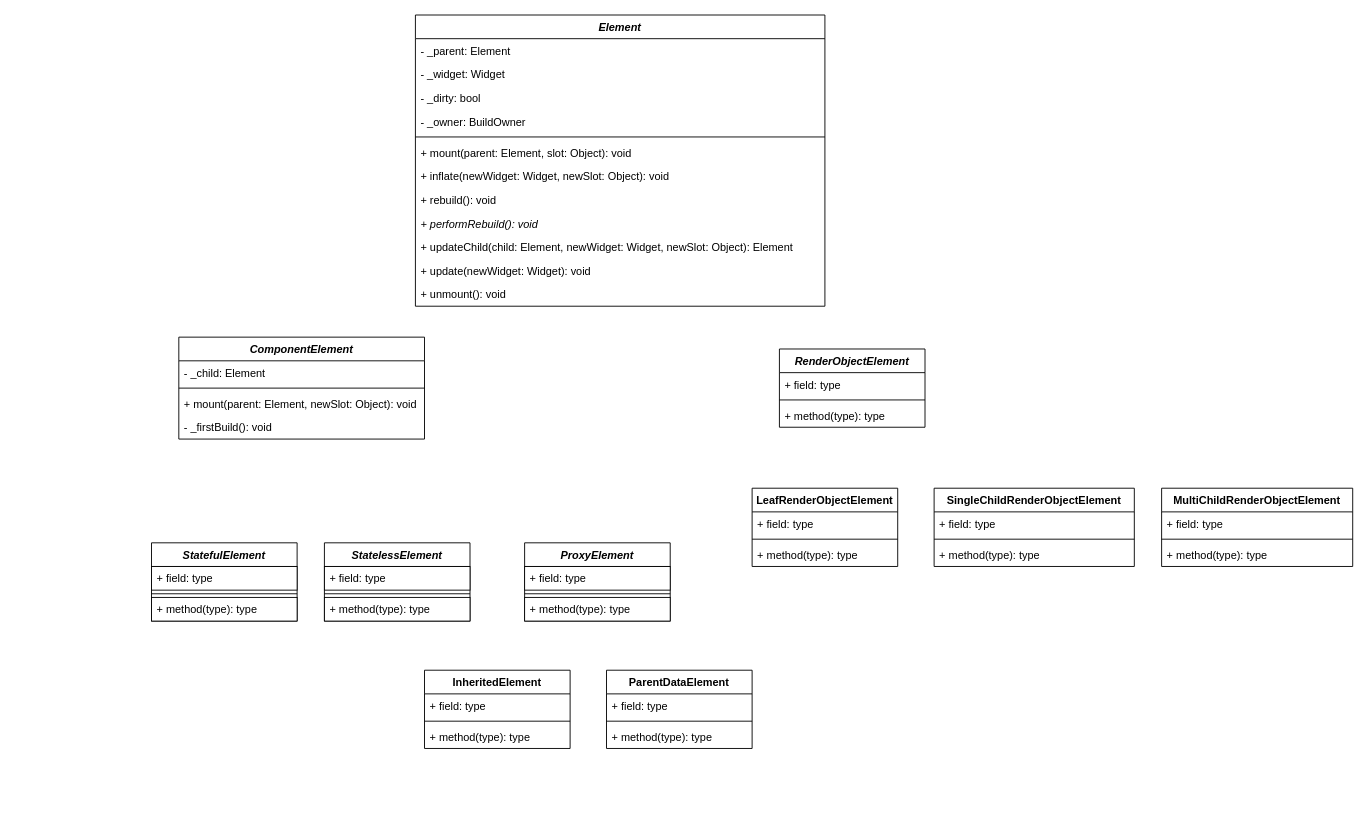
This is flutter/element.drawio from rockstore/diagram, a draw.io file, before an edit. Source tidied: cells renumbered, new cells numbered last; positions are measured from the earlier drawing's top-left corner, leaving out a move shared by most shapes. Both pictures are drawn from the tidied source at 91%, with x=0, y=0 at pixel (151, 15).
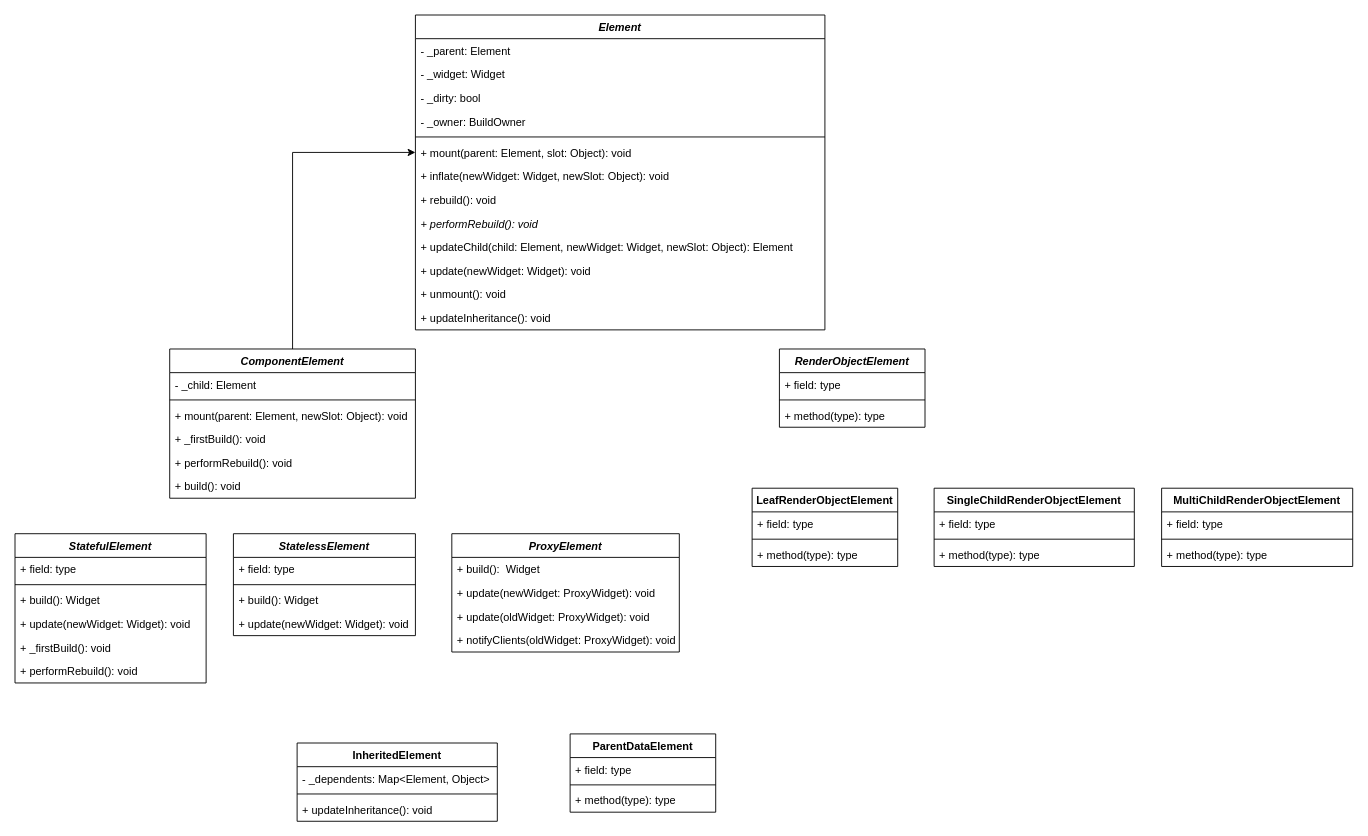
The same page after the edit.

The change refers to these unchanged cells:
```xml
<mxCell id="25" value="+ mount(parent: Element, slot: Object): void" style="text;strokeColor=none;fillColor=none;align=left;verticalAlign=top;spacingLeft=4;spacingRight=4;overflow=hidden;points=[[0,0.5],[1,0.5]];portConstraint=eastwest;shadow=0;fontColor=default;startSize=26;" parent="19" vertex="1">
  <mxGeometry y="138" width="450" height="26" as="geometry" />
</mxCell>
```

What changed in the source:
```diff
@@
+    <mxCell id="56" style="edgeStyle=orthogonalEdgeStyle;rounded=0;jettySize=auto;html=1;exitX=0.5;exitY=0;exitDx=0;exitDy=0;entryX=0;entryY=0.5;entryDx=0;entryDy=0;fontColor=default;" parent="1" edge="1" source="2" target="25">
+      <mxGeometry relative="1" as="geometry" />
+    </mxCell>
     <mxCell id="2" value="ComponentElement" style="swimlane;fontStyle=3;align=center;verticalAlign=top;horizontal=1;startSize=26;fontColor=default;strokeColor=default;fillColor=default;" parent="1" vertex="1">
-      <mxGeometry x="30" y="354" width="270" height="112" as="geometry" />
+      <mxGeometry x="20" y="367" width="270" height="164" as="geometry" />
     </mxCell>
@@
-    <mxCell id="6" value="- _firstBuild(): void" style="text;strokeColor=none;fillColor=none;align=left;verticalAlign=top;spacingLeft=4;spacingRight=4;overflow=hidden;fontColor=default;" parent="2" vertex="1">
+    <mxCell id="6" value="+ _firstBuild(): void" style="text;strokeColor=none;fillColor=none;align=left;verticalAlign=top;spacingLeft=4;spacingRight=4;overflow=hidden;fontColor=default;" parent="2" vertex="1">
       <mxGeometry y="86" width="270" height="26" as="geometry" />
     </mxCell>
+    <mxCell id="57" value="+ performRebuild(): void" style="text;strokeColor=none;fillColor=none;align=left;verticalAlign=top;spacingLeft=4;spacingRight=4;overflow=hidden;fontColor=default;" parent="2" vertex="1">
+      <mxGeometry y="112" width="270" height="26" as="geometry" />
+    </mxCell>
+    <mxCell id="58" value="+ build(): void" style="text;strokeColor=none;fillColor=none;align=left;verticalAlign=top;spacingLeft=4;spacingRight=4;overflow=hidden;fontColor=default;" parent="2" vertex="1">
+      <mxGeometry y="138" width="270" height="26" as="geometry" />
+    </mxCell>
@@
-    <mxCell id="11" value="StatefulElement" style="swimlane;fontStyle=3;align=center;verticalAlign=top;horizontal=1;startSize=26;fontColor=default;strokeColor=default;fillColor=default;" parent="1" vertex="1">
-      <mxGeometry y="580" width="160" height="86" as="geometry" />
-    </mxCell>
-    <mxCell id="12" value="+ field: type" style="text;strokeColor=default;fillColor=default;align=left;verticalAlign=top;spacingLeft=4;spacingRight=4;overflow=hidden;fontColor=default;" parent="11" vertex="1">
-      <mxGeometry y="26" width="160" height="26" as="geometry" />
-    </mxCell>
-    <mxCell id="13" style="line;strokeWidth=1;fillColor=default;align=left;verticalAlign=middle;spacingTop=-1;spacingLeft=3;spacingRight=3;labelPosition=right;fontColor=default;strokeColor=default;" parent="11" vertex="1">
-      <mxGeometry y="52" width="160" height="8" as="geometry" />
-    </mxCell>
-    <mxCell id="14" value="+ method(type): type" style="text;strokeColor=default;fillColor=default;align=left;verticalAlign=top;spacingLeft=4;spacingRight=4;overflow=hidden;fontColor=default;" parent="11" vertex="1">
-      <mxGeometry y="60" width="160" height="26" as="geometry" />
-    </mxCell>
-    <mxCell id="15" value="StatelessElement" style="swimlane;fontStyle=3;align=center;verticalAlign=top;horizontal=1;startSize=26;fontColor=default;strokeColor=default;fillColor=default;" parent="1" vertex="1">
-      <mxGeometry x="190" y="580" width="160" height="86" as="geometry" />
-    </mxCell>
-    <mxCell id="16" value="+ field: type" style="text;strokeColor=default;fillColor=default;align=left;verticalAlign=top;spacingLeft=4;spacingRight=4;overflow=hidden;fontColor=default;" parent="15" vertex="1">
-      <mxGeometry y="26" width="160" height="26" as="geometry" />
-    </mxCell>
-    <mxCell id="17" style="line;strokeWidth=1;fillColor=default;align=left;verticalAlign=middle;spacingTop=-1;spacingLeft=3;spacingRight=3;labelPosition=right;fontColor=default;strokeColor=default;" parent="15" vertex="1">
-      <mxGeometry y="52" width="160" height="8" as="geometry" />
-    </mxCell>
-    <mxCell id="18" value="+ method(type): type" style="text;strokeColor=default;fillColor=default;align=left;verticalAlign=top;spacingLeft=4;spacingRight=4;overflow=hidden;fontColor=default;" parent="15" vertex="1">
-      <mxGeometry y="60" width="160" height="26" as="geometry" />
-    </mxCell>
     <mxCell id="19" value="Element" style="swimlane;fontStyle=3;align=center;verticalAlign=top;horizontal=1;startSize=26;shadow=0;fontColor=default;strokeColor=default;fillColor=default;" parent="1" vertex="1">
-      <mxGeometry x="290" width="450" height="320" as="geometry" />
+      <mxGeometry x="290" width="450" height="346" as="geometry" />
     </mxCell>
@@
-    <mxCell id="32" value="ProxyElement" style="swimlane;fontStyle=3;align=center;verticalAlign=top;horizontal=1;startSize=26;fontColor=default;strokeColor=default;fillColor=default;" parent="1" vertex="1">
-      <mxGeometry x="410" y="580" width="160" height="86" as="geometry" />
-    </mxCell>
-    <mxCell id="33" value="+ field: type" style="text;strokeColor=default;fillColor=default;align=left;verticalAlign=top;spacingLeft=4;spacingRight=4;overflow=hidden;fontColor=default;" parent="32" vertex="1">
-      <mxGeometry y="26" width="160" height="26" as="geometry" />
-    </mxCell>
-    <mxCell id="34" style="line;strokeWidth=1;fillColor=default;align=left;verticalAlign=middle;spacingTop=-1;spacingLeft=3;spacingRight=3;labelPosition=right;fontColor=default;strokeColor=default;" parent="32" vertex="1">
-      <mxGeometry y="52" width="160" height="8" as="geometry" />
-    </mxCell>
-    <mxCell id="35" value="+ method(type): type" style="text;strokeColor=default;fillColor=default;align=left;verticalAlign=top;spacingLeft=4;spacingRight=4;overflow=hidden;fontColor=default;" parent="32" vertex="1">
-      <mxGeometry y="60" width="160" height="26" as="geometry" />
-    </mxCell>
+    <mxCell id="59" value="+ updateInheritance(): void" style="text;strokeColor=none;fillColor=none;align=left;verticalAlign=top;spacingLeft=4;spacingRight=4;overflow=hidden;shadow=0;fontColor=default;startSize=26;" parent="19" vertex="1">
+      <mxGeometry y="320" width="450" height="26" as="geometry" />
+    </mxCell>
     <mxCell id="36" value="InheritedElement" style="swimlane;fontStyle=1;align=center;verticalAlign=top;horizontal=1;startSize=26;shadow=0;fontColor=default;strokeColor=default;fillColor=default;" parent="1" vertex="1">
-      <mxGeometry x="300" y="720" width="160" height="86" as="geometry" />
+      <mxGeometry x="160" y="800" width="220" height="86" as="geometry" />
     </mxCell>
-    <mxCell id="37" value="+ field: type" style="text;strokeColor=none;fillColor=none;align=left;verticalAlign=top;spacingLeft=4;spacingRight=4;overflow=hidden;shadow=0;fontColor=default;startSize=26;" parent="36" vertex="1">
-      <mxGeometry y="26" width="160" height="26" as="geometry" />
+    <mxCell id="37" value="- _dependents: Map&lt;Element, Object&gt;" style="text;strokeColor=none;fillColor=none;align=left;verticalAlign=top;spacingLeft=4;spacingRight=4;overflow=hidden;shadow=0;fontColor=default;startSize=26;" parent="36" vertex="1">
+      <mxGeometry y="26" width="220" height="26" as="geometry" />
     </mxCell>
     <mxCell id="38" style="line;strokeWidth=1;fillColor=none;align=left;verticalAlign=middle;spacingTop=-1;spacingLeft=3;spacingRight=3;labelPosition=right;shadow=0;fontColor=default;startSize=26;" parent="36" vertex="1">
-      <mxGeometry y="52" width="160" height="8" as="geometry" />
+      <mxGeometry y="52" width="220" height="8" as="geometry" />
     </mxCell>
-    <mxCell id="39" value="+ method(type): type" style="text;strokeColor=none;fillColor=none;align=left;verticalAlign=top;spacingLeft=4;spacingRight=4;overflow=hidden;shadow=0;fontColor=default;startSize=26;" parent="36" vertex="1">
-      <mxGeometry y="60" width="160" height="26" as="geometry" />
+    <mxCell id="39" value="+ updateInheritance(): void" style="text;strokeColor=none;fillColor=none;align=left;verticalAlign=top;spacingLeft=4;spacingRight=4;overflow=hidden;shadow=0;fontColor=default;startSize=26;" parent="36" vertex="1">
+      <mxGeometry y="60" width="220" height="26" as="geometry" />
     </mxCell>
     <mxCell id="40" value="ParentDataElement" style="swimlane;fontStyle=1;align=center;verticalAlign=top;horizontal=1;startSize=26;shadow=0;fontColor=default;strokeColor=default;fillColor=default;" parent="1" vertex="1">
-      <mxGeometry x="500" y="720" width="160" height="86" as="geometry" />
+      <mxGeometry x="460" y="790" width="160" height="86" as="geometry" />
     </mxCell>
@@
+    <mxCell id="11" value="StatefulElement" style="swimlane;fontStyle=3;align=center;verticalAlign=top;horizontal=1;startSize=26;fontColor=default;strokeColor=default;fillColor=default;" parent="1" vertex="1">
+      <mxGeometry x="-150" y="570" width="210" height="164" as="geometry" />
+    </mxCell>
+    <mxCell id="60" value="+ field: type" style="text;strokeColor=none;fillColor=none;align=left;verticalAlign=top;spacingLeft=4;spacingRight=4;overflow=hidden;fontColor=default;" parent="11" vertex="1">
+      <mxGeometry y="26" width="210" height="26" as="geometry" />
+    </mxCell>
+    <mxCell id="61" style="line;strokeWidth=1;fillColor=none;align=left;verticalAlign=middle;spacingTop=-1;spacingLeft=3;spacingRight=3;labelPosition=right;fontColor=default;" parent="11" vertex="1">
+      <mxGeometry y="52" width="210" height="8" as="geometry" />
+    </mxCell>
+    <mxCell id="62" value="+ build(): Widget" style="text;strokeColor=none;fillColor=none;align=left;verticalAlign=top;spacingLeft=4;spacingRight=4;overflow=hidden;fontColor=default;" parent="11" vertex="1">
+      <mxGeometry y="60" width="210" height="26" as="geometry" />
+    </mxCell>
+    <mxCell id="63" value="+ update(newWidget: Widget): void" style="text;strokeColor=none;fillColor=none;align=left;verticalAlign=top;spacingLeft=4;spacingRight=4;overflow=hidden;fontColor=default;" parent="11" vertex="1">
+      <mxGeometry y="86" width="210" height="26" as="geometry" />
+    </mxCell>
+    <mxCell id="64" value="+ _firstBuild(): void" style="text;strokeColor=none;fillColor=none;align=left;verticalAlign=top;spacingLeft=4;spacingRight=4;overflow=hidden;fontColor=default;" parent="11" vertex="1">
+      <mxGeometry y="112" width="210" height="26" as="geometry" />
+    </mxCell>
+    <mxCell id="65" value="+ performRebuild(): void" style="text;strokeColor=none;fillColor=none;align=left;verticalAlign=top;spacingLeft=4;spacingRight=4;overflow=hidden;fontColor=default;" parent="11" vertex="1">
+      <mxGeometry y="138" width="210" height="26" as="geometry" />
+    </mxCell>
+    <mxCell id="15" value="StatelessElement" style="swimlane;fontStyle=3;align=center;verticalAlign=top;horizontal=1;startSize=26;fontColor=default;strokeColor=default;fillColor=default;" parent="1" vertex="1">
+      <mxGeometry x="90" y="570" width="200" height="112" as="geometry" />
+    </mxCell>
+    <mxCell id="66" value="+ field: type" style="text;strokeColor=none;fillColor=none;align=left;verticalAlign=top;spacingLeft=4;spacingRight=4;overflow=hidden;fontColor=default;" parent="15" vertex="1">
+      <mxGeometry y="26" width="200" height="26" as="geometry" />
+    </mxCell>
+    <mxCell id="67" style="line;strokeWidth=1;fillColor=none;align=left;verticalAlign=middle;spacingTop=-1;spacingLeft=3;spacingRight=3;labelPosition=right;fontColor=default;" parent="15" vertex="1">
+      <mxGeometry y="52" width="200" height="8" as="geometry" />
+    </mxCell>
+    <mxCell id="68" value="+ build(): Widget" style="text;strokeColor=none;fillColor=none;align=left;verticalAlign=top;spacingLeft=4;spacingRight=4;overflow=hidden;fontColor=default;" parent="15" vertex="1">
+      <mxGeometry y="60" width="200" height="26" as="geometry" />
+    </mxCell>
+    <mxCell id="69" value="+ update(newWidget: Widget): void" style="text;strokeColor=none;fillColor=none;align=left;verticalAlign=top;spacingLeft=4;spacingRight=4;overflow=hidden;fontColor=default;" parent="15" vertex="1">
+      <mxGeometry y="86" width="200" height="26" as="geometry" />
+    </mxCell>
+    <mxCell id="32" value="ProxyElement" style="swimlane;fontStyle=3;align=center;verticalAlign=top;horizontal=1;startSize=26;labelBackgroundColor=default;fontColor=default;strokeColor=default;fillColor=default;" parent="1" vertex="1">
+      <mxGeometry x="330" y="570" width="250" height="130" as="geometry" />
+    </mxCell>
+    <mxCell id="70" value="+ build():  Widget" style="text;strokeColor=none;fillColor=none;align=left;verticalAlign=top;spacingLeft=4;spacingRight=4;overflow=hidden;labelBackgroundColor=default;fontColor=default;" parent="32" vertex="1">
+      <mxGeometry y="26" width="250" height="26" as="geometry" />
+    </mxCell>
+    <mxCell id="71" value="+ update(newWidget: ProxyWidget): void" style="text;strokeColor=none;fillColor=none;align=left;verticalAlign=top;spacingLeft=4;spacingRight=4;overflow=hidden;labelBackgroundColor=default;fontColor=default;" parent="32" vertex="1">
+      <mxGeometry y="52" width="250" height="26" as="geometry" />
+    </mxCell>
+    <mxCell id="72" value="+ update(oldWidget: ProxyWidget): void" style="text;strokeColor=none;fillColor=none;align=left;verticalAlign=top;spacingLeft=4;spacingRight=4;overflow=hidden;labelBackgroundColor=default;fontColor=default;" parent="32" vertex="1">
+      <mxGeometry y="78" width="250" height="26" as="geometry" />
+    </mxCell>
+    <mxCell id="73" value="+ notifyClients(oldWidget: ProxyWidget): void" style="text;strokeColor=none;fillColor=none;align=left;verticalAlign=top;spacingLeft=4;spacingRight=4;overflow=hidden;labelBackgroundColor=default;fontColor=default;" parent="32" vertex="1">
+      <mxGeometry y="104" width="250" height="26" as="geometry" />
+    </mxCell>
```
